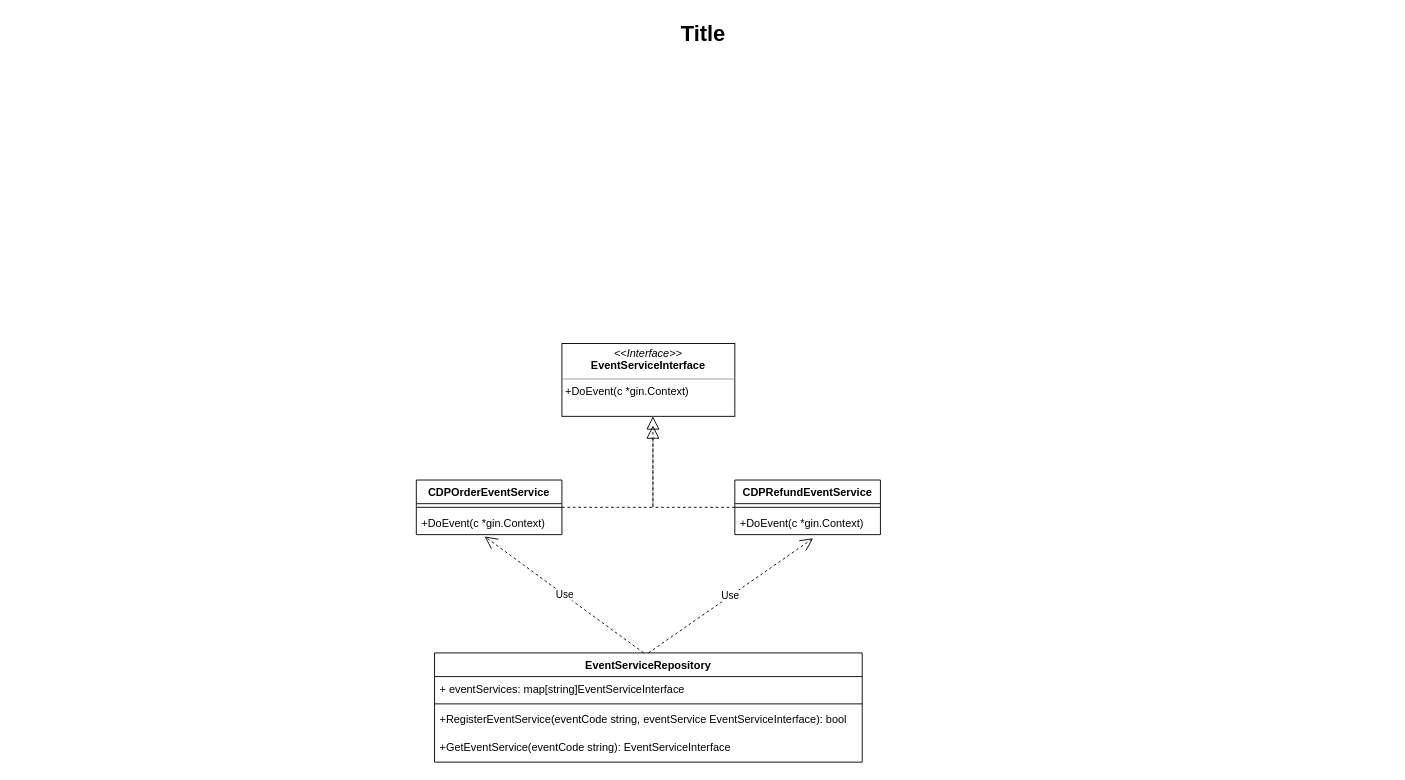
Amat-pro/algorithm-golang keeps this draw.io diagram as Untitled Diagram.drawio. Above is the earlier version. Source tidied: cells renumbered, new cells numbered last; positions are measured from the earlier drawing's top-left corner, leaving out a move shared by most shapes. Both pictures are drawn from the tidied source at 91%, with x=0, y=0 at pixel (15, 15).
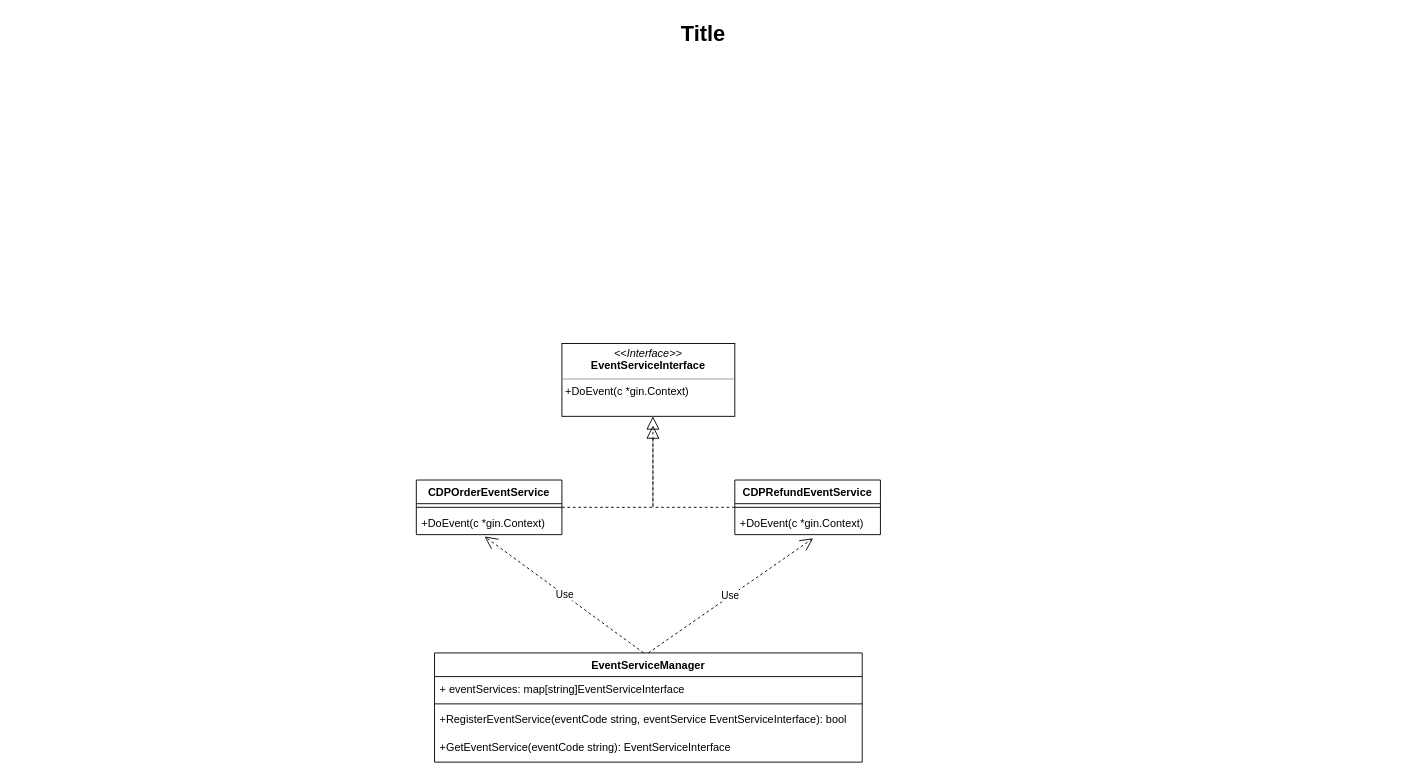
Above is the later version.

Change to the diagram source:
```diff
@@
-    <mxCell id="12" value="EventServiceRepository" style="swimlane;fontStyle=1;align=center;verticalAlign=top;horizontal=1;startSize=26;" parent="1" vertex="1">
+    <mxCell id="12" value="EventServiceManager" style="swimlane;fontStyle=1;align=center;verticalAlign=top;horizontal=1;startSize=26;" parent="1" vertex="1">
       <mxGeometry x="460" y="700" width="470" height="120" as="geometry" />
     </mxCell>
```
